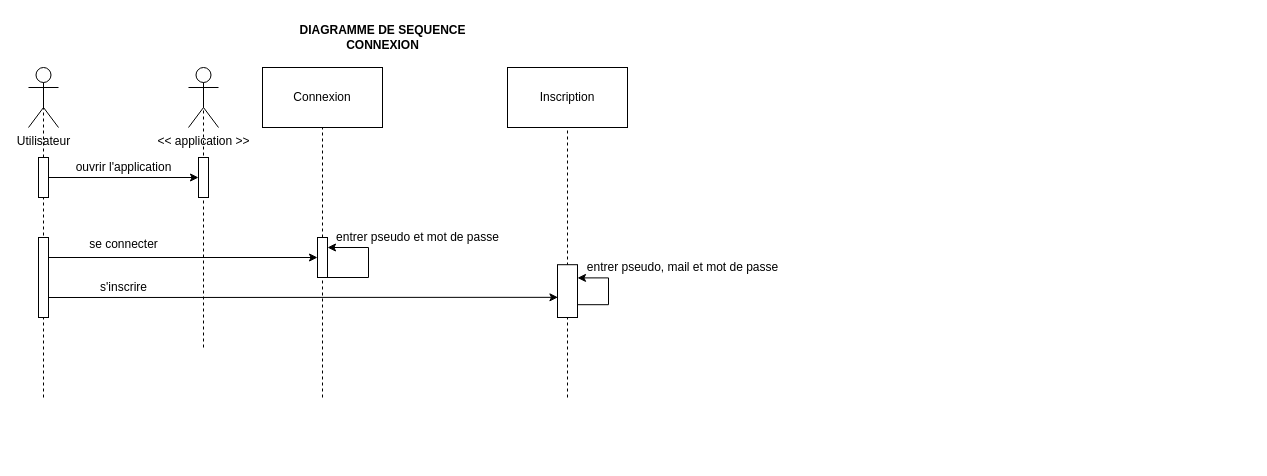
The draw.io diagram Documents/diagramme_sequence.drawio in Erwan8989/Projet_Android, before the edit. Source tidied: cells renumbered, new cells numbered last; positions are measured from the earlier drawing's top-left corner, leaving out a move shared by most shapes. Both pictures are drawn from the tidied source at 100%, with x=0, y=0 at pixel (28, 22).
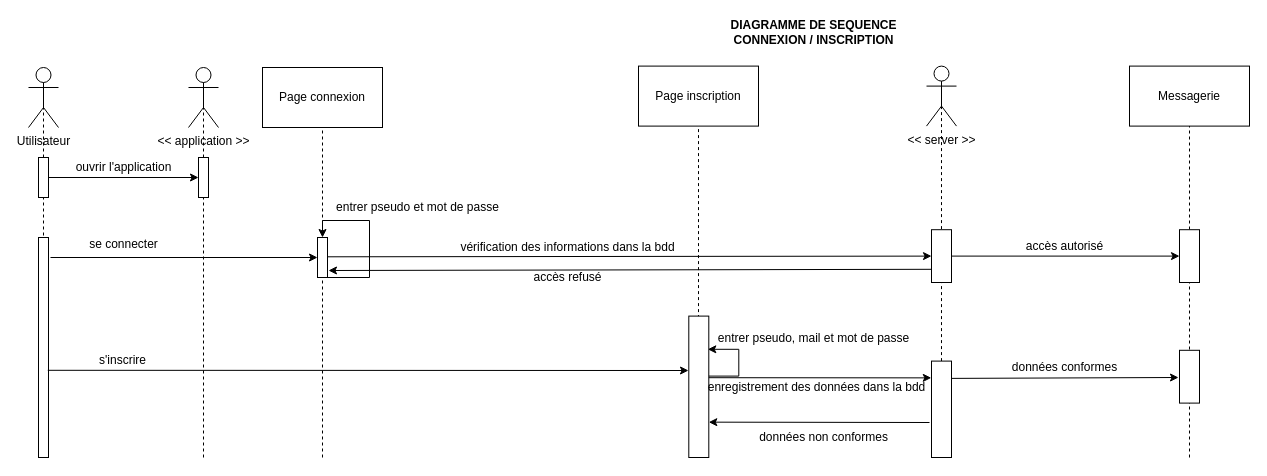
The same diagram, later.

Commit message:
Ajout fonctionnalités diagramme de séquence

Serveur / Messagerie

Unchanged cells that the change refers to:
```xml
<mxCell id="8" value="&amp;lt;&amp;lt; application &amp;gt;&amp;gt;" style="shape=umlActor;verticalLabelPosition=bottom;verticalAlign=top;html=1;outlineConnect=0;" parent="1" vertex="1">
  <mxGeometry x="160" y="45" width="30" height="60" as="geometry" />
</mxCell>
<mxCell id="18" style="rounded=0;whiteSpace=wrap;html=1;" parent="1" vertex="1">
  <mxGeometry x="289" y="215" width="10" height="40" as="geometry" />
</mxCell>
```

The edit, as a diff of the source:
```diff
@@
     <mxCell id="2" style="endArrow=none;dashed=1;html=1;entryX=0.5;entryY=0.5;entryDx=0;entryDy=0;entryPerimeter=0;startArrow=none;" parent="1" edge="1" target="8">
       <mxGeometry relative="1" as="geometry">
-        <mxPoint x="175" y="325" as="sourcePoint" />
+        <mxPoint x="175" y="435" as="sourcePoint" />
       </mxGeometry>
     </mxCell>
@@
-    <mxCell id="10" value="Connexion" style="rounded=0;whiteSpace=wrap;html=1;" parent="1" vertex="1">
+    <mxCell id="10" value="Page connexion" style="rounded=0;whiteSpace=wrap;html=1;" parent="1" vertex="1">
       <mxGeometry x="234" y="45" width="120" height="60" as="geometry" />
     </mxCell>
-    <mxCell id="11" style="endArrow=none;dashed=1;html=1;entryX=0.5;entryY=1;entryDx=0;entryDy=0;startArrow=none;" parent="1" edge="1" source="18" target="10">
-      <mxGeometry relative="1" as="geometry" />
+    <mxCell id="11" style="endArrow=none;dashed=1;html=1;entryX=0.5;entryY=1;entryDx=0;entryDy=0;startArrow=none;" parent="1" edge="1" target="10">
+      <mxGeometry relative="1" as="geometry">
+        <mxPoint x="294" y="435" as="sourcePoint" />
+      </mxGeometry>
     </mxCell>
@@
     <mxCell id="13" value="s'inscrire" style="text;html=1;align=center;verticalAlign=middle;strokeColor=none;fillColor=none;" parent="1" vertex="1">
-      <mxGeometry x="65" y="255" width="60" height="20" as="geometry" />
+      <mxGeometry x="64.3" y="327.8" width="60" height="20" as="geometry" />
     </mxCell>
     <mxCell id="14" style="rounded=0;whiteSpace=wrap;html=1;" parent="1" vertex="1">
-      <mxGeometry x="10" y="215" width="10" height="80" as="geometry" />
+      <mxGeometry x="10" y="215" width="10" height="220" as="geometry" />
     </mxCell>
-    <mxCell id="15" style="endArrow=classic;html=1;exitX=1;exitY=0.25;exitDx=0;exitDy=0;entryX=0;entryY=0.5;entryDx=0;entryDy=0;" parent="1" edge="1" source="14" target="18">
-      <mxGeometry relative="1" as="geometry" />
+    <mxCell id="15" style="endArrow=classic;html=1;entryX=0;entryY=0.5;entryDx=0;entryDy=0;" parent="1" edge="1" target="18">
+      <mxGeometry relative="1" as="geometry">
+        <mxPoint x="22" y="235" as="sourcePoint" />
+      </mxGeometry>
     </mxCell>
-    <mxCell id="16" style="endArrow=classic;html=1;exitX=1;exitY=0.75;exitDx=0;exitDy=0;entryX=0.022;entryY=0.618;entryDx=0;entryDy=0;entryPerimeter=0;" parent="1" edge="1" source="14" target="24">
-      <mxGeometry relative="1" as="geometry" />
+    <mxCell id="16" style="endArrow=classic;html=1;exitX=1;exitY=0.75;exitDx=0;exitDy=0;" parent="1" edge="1">
+      <mxGeometry relative="1" as="geometry">
+        <mxPoint x="19.3" y="347.8" as="sourcePoint" />
+        <mxPoint x="660" y="348" as="targetPoint" />
+      </mxGeometry>
     </mxCell>
-    <mxCell id="17" style="edgeStyle=orthogonalEdgeStyle;rounded=0;orthogonalLoop=1;jettySize=auto;html=1;exitX=1;exitY=0.25;exitDx=0;exitDy=0;entryX=1;entryY=0.25;entryDx=0;entryDy=0;" parent="1" edge="1" source="18" target="18">
+    <mxCell id="17" style="edgeStyle=orthogonalEdgeStyle;rounded=0;orthogonalLoop=1;jettySize=auto;html=1;exitX=1;exitY=0.25;exitDx=0;exitDy=0;entryX=0.5;entryY=0;entryDx=0;entryDy=0;" parent="1" edge="1" source="18" target="18">
       <mxGeometry relative="1" as="geometry">
         <Array as="points">
           <mxPoint x="299" y="255" />
-          <mxPoint x="340" y="255" />
-          <mxPoint x="340" y="225" />
+          <mxPoint x="341" y="255" />
+          <mxPoint x="341" y="198" />
+          <mxPoint x="294" y="198" />
         </Array>
       </mxGeometry>
     </mxCell>
@@
-    <mxCell id="19" style="endArrow=none;dashed=1;html=1;entryX=0.5;entryY=1;entryDx=0;entryDy=0;" parent="1" edge="1" target="18">
-      <mxGeometry relative="1" as="geometry">
-        <mxPoint x="294" y="375" as="sourcePoint" />
-      </mxGeometry>
-    </mxCell>
     <mxCell id="20" value="entrer pseudo et mot de passe" style="text;html=1;align=center;verticalAlign=middle;strokeColor=none;fillColor=none;" parent="1" vertex="1">
-      <mxGeometry x="299" y="205" width="180" height="20" as="geometry" />
+      <mxGeometry x="299" y="175" width="180" height="20" as="geometry" />
     </mxCell>
-    <mxCell id="21" value="Inscription" style="rounded=0;whiteSpace=wrap;html=1;" parent="1" vertex="1">
-      <mxGeometry x="479" y="45" width="120" height="60" as="geometry" />
+    <mxCell id="21" value="Page inscription" style="rounded=0;whiteSpace=wrap;html=1;" parent="1" vertex="1">
+      <mxGeometry x="610" y="43.6" width="120" height="60" as="geometry" />
     </mxCell>
     <mxCell id="22" style="endArrow=none;dashed=1;html=1;entryX=0.5;entryY=1;entryDx=0;entryDy=0;startArrow=none;" parent="1" edge="1" target="21">
       <mxGeometry relative="1" as="geometry">
-        <mxPoint x="539" y="375" as="sourcePoint" />
+        <mxPoint x="670" y="373.6" as="sourcePoint" />
       </mxGeometry>
     </mxCell>
-    <mxCell id="23" style="edgeStyle=orthogonalEdgeStyle;rounded=0;orthogonalLoop=1;jettySize=auto;html=1;exitX=1;exitY=0.25;exitDx=0;exitDy=0;entryX=1;entryY=0.25;entryDx=0;entryDy=0;" parent="1" edge="1" source="24" target="24">
+    <mxCell id="23" style="edgeStyle=orthogonalEdgeStyle;rounded=0;orthogonalLoop=1;jettySize=auto;html=1;exitX=1;exitY=0.25;exitDx=0;exitDy=0;entryX=1;entryY=0.25;entryDx=0;entryDy=0;" parent="1" edge="1">
       <mxGeometry relative="1" as="geometry">
+        <mxPoint x="679.3" y="326.8" as="sourcePoint" />
+        <mxPoint x="679.3" y="326.8" as="targetPoint" />
         <Array as="points">
-          <mxPoint x="539" y="282.2" />
-          <mxPoint x="580" y="282.2" />
-          <mxPoint x="580" y="252.2" />
+          <mxPoint x="669.3" y="353.6" />
+          <mxPoint x="710.3" y="353.6" />
+          <mxPoint x="710.3" y="323.6" />
         </Array>
       </mxGeometry>
     </mxCell>
     <mxCell id="24" style="rounded=0;whiteSpace=wrap;html=1;" parent="1" vertex="1">
-      <mxGeometry x="529" y="242.2" width="20" height="52.8" as="geometry" />
+      <mxGeometry x="660.3" y="293.6" width="20" height="141.4" as="geometry" />
     </mxCell>
     <mxCell id="25" value="entrer pseudo, mail et mot de passe" style="text;html=1;align=center;verticalAlign=middle;strokeColor=none;fillColor=none;" parent="1" vertex="1">
-      <mxGeometry x="549" y="235" width="210" height="20" as="geometry" />
+      <mxGeometry x="680.3" y="306.4" width="210" height="20" as="geometry" />
     </mxCell>
-    <mxCell id="26" value="&lt;b&gt;DIAGRAMME DE SEQUENCE&lt;br&gt;CONNEXION&lt;/b&gt;" style="text;html=1;align=center;verticalAlign=middle;strokeColor=none;fillColor=none;" parent="1" vertex="1">
-      <mxGeometry x="264" width="180" height="30" as="geometry" />
+    <mxCell id="26" value="&lt;b&gt;DIAGRAMME DE SEQUENCE&lt;br&gt;CONNEXION / INSCRIPTION&lt;/b&gt;" style="text;html=1;align=center;verticalAlign=middle;strokeColor=none;fillColor=none;" parent="1" vertex="1">
+      <mxGeometry x="695.3" y="-5" width="180" height="30" as="geometry" />
     </mxCell>
+    <mxCell id="27" value="&amp;lt;&amp;lt; server &amp;gt;&amp;gt;" style="shape=umlActor;verticalLabelPosition=bottom;verticalAlign=top;html=1;outlineConnect=0;" parent="1" vertex="1">
+      <mxGeometry x="898" y="43.6" width="30" height="60" as="geometry" />
+    </mxCell>
+    <mxCell id="28" style="endArrow=classic;html=1;exitX=1;exitY=0.25;exitDx=0;exitDy=0;entryX=0;entryY=0.5;entryDx=0;entryDy=0;" parent="1" edge="1" target="31">
+      <mxGeometry relative="1" as="geometry">
+        <mxPoint x="299" y="234.3" as="sourcePoint" />
+      </mxGeometry>
+    </mxCell>
+    <mxCell id="29" value="vérification des informations dans la bdd" style="text;html=1;align=center;verticalAlign=middle;strokeColor=none;fillColor=none;" parent="1" vertex="1">
+      <mxGeometry x="424.3" y="215" width="230" height="20" as="geometry" />
+    </mxCell>
+    <mxCell id="30" style="endArrow=none;dashed=1;html=1;startArrow=none;entryX=0.5;entryY=0.5;entryDx=0;entryDy=0;entryPerimeter=0;" parent="1" edge="1" source="41" target="27">
+      <mxGeometry relative="1" as="geometry" />
+    </mxCell>
+    <mxCell id="31" style="rounded=0;whiteSpace=wrap;html=1;" parent="1" vertex="1">
+      <mxGeometry x="903" y="207.2" width="20" height="52.8" as="geometry" />
+    </mxCell>
+    <mxCell id="32" value="Messagerie" style="rounded=0;whiteSpace=wrap;html=1;" parent="1" vertex="1">
+      <mxGeometry x="1101" y="43.6" width="120" height="60" as="geometry" />
+    </mxCell>
+    <mxCell id="33" style="endArrow=none;dashed=1;html=1;entryX=0.5;entryY=1;entryDx=0;entryDy=0;startArrow=none;" parent="1" edge="1" target="32">
+      <mxGeometry relative="1" as="geometry">
+        <mxPoint x="1161" y="435" as="sourcePoint" />
+      </mxGeometry>
+    </mxCell>
+    <mxCell id="34" style="endArrow=classic;html=1;exitX=1;exitY=0.5;exitDx=0;exitDy=0;entryX=0;entryY=0.5;entryDx=0;entryDy=0;" parent="1" edge="1" source="31" target="35">
+      <mxGeometry relative="1" as="geometry" />
+    </mxCell>
+    <mxCell id="35" style="rounded=0;whiteSpace=wrap;html=1;" parent="1" vertex="1">
+      <mxGeometry x="1151" y="207.2" width="20" height="52.8" as="geometry" />
+    </mxCell>
+    <mxCell id="36" value="accès autorisé" style="text;html=1;align=center;verticalAlign=middle;strokeColor=none;fillColor=none;" parent="1" vertex="1">
+      <mxGeometry x="991" y="213.6" width="90" height="20" as="geometry" />
+    </mxCell>
+    <mxCell id="37" style="endArrow=classic;html=1;exitX=1;exitY=0.75;exitDx=0;exitDy=0;entryX=-0.01;entryY=0.174;entryDx=0;entryDy=0;entryPerimeter=0;" parent="1" edge="1" target="41">
+      <mxGeometry relative="1" as="geometry">
+        <mxPoint x="680.3" y="355.2" as="sourcePoint" />
+      </mxGeometry>
+    </mxCell>
+    <mxCell id="38" style="endArrow=classic;html=1;exitX=0;exitY=0.75;exitDx=0;exitDy=0;" parent="1" edge="1" source="31">
+      <mxGeometry relative="1" as="geometry">
+        <mxPoint x="300" y="248" as="targetPoint" />
+      </mxGeometry>
+    </mxCell>
+    <mxCell id="39" value="accès refusé" style="text;html=1;align=center;verticalAlign=middle;strokeColor=none;fillColor=none;" parent="1" vertex="1">
+      <mxGeometry x="499.3" y="245" width="80" height="20" as="geometry" />
+    </mxCell>
+    <mxCell id="40" value="enregistrement des données dans la bdd" style="text;html=1;align=center;verticalAlign=middle;strokeColor=none;fillColor=none;" parent="1" vertex="1">
+      <mxGeometry x="673" y="355" width="230" height="20" as="geometry" />
+    </mxCell>
+    <mxCell id="41" style="rounded=0;whiteSpace=wrap;html=1;" parent="1" vertex="1">
+      <mxGeometry x="903" y="338.6" width="20" height="96.4" as="geometry" />
+    </mxCell>
+    <mxCell id="42" style="endArrow=classic;html=1;exitX=1;exitY=0.75;exitDx=0;exitDy=0;" parent="1" edge="1">
+      <mxGeometry relative="1" as="geometry">
+        <mxPoint x="923" y="355.9" as="sourcePoint" />
+        <mxPoint x="1150" y="355" as="targetPoint" />
+      </mxGeometry>
+    </mxCell>
+    <mxCell id="43" value="données conformes" style="text;html=1;align=center;verticalAlign=middle;strokeColor=none;fillColor=none;" parent="1" vertex="1">
+      <mxGeometry x="976" y="335" width="120" height="20" as="geometry" />
+    </mxCell>
+    <mxCell id="44" style="rounded=0;whiteSpace=wrap;html=1;" parent="1" vertex="1">
+      <mxGeometry x="1151" y="327.8" width="20" height="52.8" as="geometry" />
+    </mxCell>
+    <mxCell id="45" style="endArrow=classic;html=1;entryX=1;entryY=0.75;entryDx=0;entryDy=0;" parent="1" edge="1" target="24">
+      <mxGeometry relative="1" as="geometry">
+        <mxPoint x="901" y="400" as="sourcePoint" />
+      </mxGeometry>
+    </mxCell>
+    <mxCell id="46" value="données non conformes" style="text;html=1;align=center;verticalAlign=middle;strokeColor=none;fillColor=none;" parent="1" vertex="1">
+      <mxGeometry x="725.3" y="405" width="140" height="20" as="geometry" />
+    </mxCell>
```
